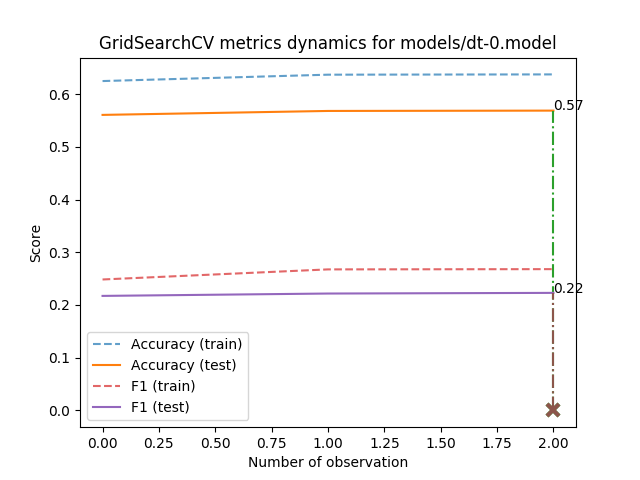
The Graphviz diagram models/dt-0.model_metrics.png in AverHLV/diploma-computations, before a commit. Its source is kept beside it as models/dt-0.model.dot.
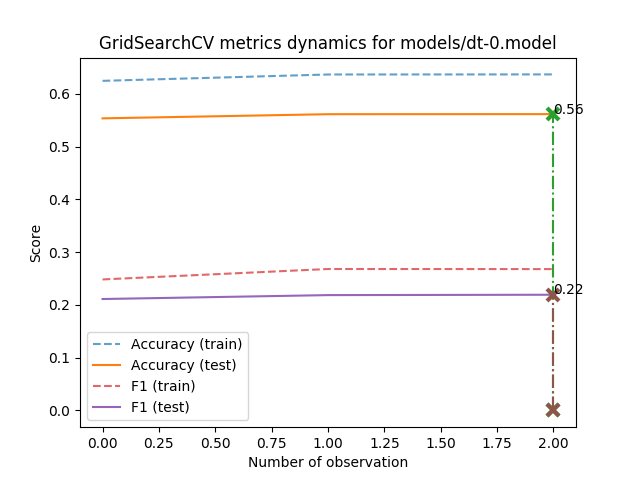
After the commit.

Change to the diagram source:
```diff
@@ -1,56 +1,56 @@
 digraph Tree {
 node [shape=box, style="filled", color="black"] ;
-0 [label="Topic <= 0.998\ngini = 0.558\nsamples = 12050\nvalue = [[28, 5148, 696, 4454, 1724]\n[321, 7306, 2414, 843, 1166]\n[137, 6568, 588, 4069, 688]\n...\n[15, 5636, 832, 3949, 1618]\n[8, 148, 57, 48, 11789]\n[15, 2015, 32, 7763, 2225]]", fillcolor="#fffdfb"] ;
-1 [label="ОБ <= -0.369\ngini = 0.543\nsamples = 9265\nvalue = [[23, 4607, 553, 2720, 1362]\n[269, 5762, 1736, 577, 921]\n[117, 5767, 483, 2261, 637]\n...\n[15, 4921, 444, 2511, 1374]\n[6, 131, 33, 37, 9058]\n[14, 1808, 22, 5830, 1591]]", fillcolor="#fdf6f1"] ;
+0 [label="Topic <= 0.998\ngini = 0.559\nsamples = 12050\nvalue = [[30, 5166, 706, 4402, 1746]\n[322, 7282, 2436, 828, 1182]\n[144, 6540, 585, 4082, 699]\n...\n[15, 5606, 844, 3950, 1635]\n[8, 154, 61, 49, 11778]\n[17, 2004, 33, 7737, 2259]]", fillcolor="#fffdfb"] ;
+1 [label="Екогрупа <= -2.261\ngini = 0.544\nsamples = 9290\nvalue = [[25, 4620, 562, 2721, 1362]\n[273, 5762, 1754, 570, 931]\n[123, 5752, 474, 2294, 647]\n...\n[15, 4909, 458, 2521, 1387]\n[7, 134, 34, 40, 9075]\n[16, 1800, 22, 5810, 1642]]", fillcolor="#fdf6f1"] ;
 0 -> 1 [labeldistance=2.5, labelangle=45, headlabel="True"] ;
-5 [label="НФ <= -0.871\ngini = 0.531\nsamples = 2166\nvalue = [[7, 1222, 77, 444, 416]\n[36, 1454, 211, 158, 307]\n[20, 1338, 65, 482, 261]\n...\n[7, 1158, 87, 531, 383]\n[1, 17, 8, 0, 2140]\n[5, 328, 1, 1224, 608]]", fillcolor="#fcf1e9"] ;
+5 [label="gini = 0.494\nsamples = 499\nvalue = [[3, 121, 16, 231, 128]\n[1, 311, 70, 39, 78]\n[2, 155, 8, 283, 51]\n...\n[0, 128, 31, 206, 134]\n[0, 0, 0, 0, 499]\n[5, 20, 0, 39, 435]]", fillcolor="#f9e1d0"] ;
 1 -> 5 ;
-9 [label="gini = 0.514\nsamples = 405\nvalue = [[3, 124, 8, 161, 109]\n[3, 235, 50, 57, 60]\n[2, 131, 10, 191, 71]\n...\n[1, 108, 14, 179, 103]\n[0, 1, 0, 0, 404]\n[1, 17, 0, 186, 201]]", fillcolor="#fbe9dd"] ;
-5 -> 9 ;
-10 [label="gini = 0.503\nsamples = 1761\nvalue = [[4, 1098, 69, 283, 307]\n[33, 1219, 161, 101, 247]\n[18, 1207, 55, 291, 190]\n...\n[6, 1050, 73, 352, 280]\n[1, 16, 8, 0, 1736]\n[4, 311, 1, 1038, 407]]", fillcolor="#fae5d6"] ;
-5 -> 10 ;
-6 [label="Topic <= -1.596\ngini = 0.536\nsamples = 7099\nvalue = [[16, 3385, 476, 2276, 946]\n[233, 4308, 1525, 419, 614]\n[97, 4429, 418, 1779, 376]\n...\n[8, 3763, 357, 1980, 991]\n[5, 114, 25, 37, 6918]\n[9, 1480, 21, 4606, 983]]", fillcolor="#fdf3ec"] ;
+6 [label="ОБ <= -0.102\ngini = 0.538\nsamples = 8791\nvalue = [[22, 4499, 546, 2490, 1234]\n[272, 5451, 1684, 531, 853]\n[121, 5597, 466, 2011, 596]\n...\n[15, 4781, 427, 2315, 1253]\n[7, 134, 34, 40, 8576]\n[11, 1780, 22, 5771, 1207]]", fillcolor="#fdf4ed"] ;
 1 -> 6 ;
-7 [label="gini = 0.468\nsamples = 344\nvalue = [[2, 94, 57, 171, 20]\n[6, 249, 62, 11, 16]\n[0, 84, 62, 196, 2]\n...\n[1, 78, 81, 138, 46]\n[0, 23, 1, 18, 302]\n[0, 20, 0, 238, 86]]", fillcolor="#f6d6be"] ;
+7 [label="НФ <= 0.032\ngini = 0.526\nsamples = 2438\nvalue = [[14, 1426, 118, 492, 388]\n[51, 1586, 302, 166, 333]\n[34, 1538, 86, 437, 343]\n...\n[7, 1371, 102, 572, 386]\n[2, 25, 9, 1, 2401]\n[8, 444, 1, 1562, 423]]", fillcolor="#fcefe5"] ;
 6 -> 7 ;
-8 [label="НФ <= 0.753\ngini = 0.531\nsamples = 6755\nvalue = [[14, 3291, 419, 2105, 926]\n[227, 4059, 1463, 408, 598]\n[97, 4345, 356, 1583, 374]\n...\n[7, 3685, 276, 1842, 945]\n[5, 91, 24, 19, 6616]\n[9, 1460, 21, 4368, 897]]", fillcolor="#fcf1e9"] ;
+21 [label="Екогрупа <= -0.778\ngini = 0.517\nsamples = 993\nvalue = [[1, 548, 35, 269, 140]\n[15, 680, 91, 72, 135]\n[11, 598, 29, 176, 179]\n...\n[2, 567, 24, 313, 87]\n[0, 5, 0, 0, 988]\n[3, 138, 0, 717, 135]]", fillcolor="#fbebdf"] ;
+7 -> 21 ;
+25 [label="gini = 0.393\nsamples = 226\nvalue = [[1, 177, 4, 15, 29]\n[0, 191, 11, 12, 12]\n[0, 194, 4, 23, 5]\n...\n[2, 165, 6, 24, 29]\n[0, 4, 0, 0, 222]\n[0, 10, 0, 147, 69]]", fillcolor="#f0b68c"] ;
+21 -> 25 ;
+26 [label="gini = 0.524\nsamples = 767\nvalue = [[0, 371, 31, 254, 111]\n[15, 489, 80, 60, 123]\n[11, 404, 25, 153, 174]\n...\n[0, 402, 18, 289, 58]\n[0, 1, 0, 0, 766]\n[3, 128, 0, 570, 66]]", fillcolor="#fbeee4"] ;
+21 -> 26 ;
+22 [label="gini = 0.513\nsamples = 1445\nvalue = [[13, 878, 83, 223, 248]\n[36, 906, 211, 94, 198]\n[23, 940, 57, 261, 164]\n...\n[5, 804, 78, 259, 299]\n[2, 20, 9, 1, 1413]\n[5, 306, 1, 845, 288]]", fillcolor="#fae9dc"] ;
+7 -> 22 ;
+8 [label="Topic <= -1.596\ngini = 0.532\nsamples = 6353\nvalue = [[8, 3073, 428, 1998, 846]\n[221, 3865, 1382, 365, 520]\n[87, 4059, 380, 1574, 253]\n...\n[8, 3410, 325, 1743, 867]\n[5, 109, 25, 39, 6175]\n[3, 1336, 21, 4209, 784]]", fillcolor="#fcf1e9"] ;
 6 -> 8 ;
-13 [label="Екогрупа <= -1.414\ngini = 0.525\nsamples = 5163\nvalue = [[6, 2411, 290, 1745, 711]\n[141, 3210, 1130, 289, 393]\n[59, 3284, 252, 1273, 295]\n...\n[7, 2932, 216, 1494, 514]\n[3, 35, 16, 12, 5097]\n[4, 1149, 16, 3388, 606]]", fillcolor="#fceee4"] ;
-8 -> 13 ;
-15 [label="gini = 0.481\nsamples = 268\nvalue = [[0, 85, 12, 132, 39]\n[4, 177, 41, 6, 40]\n[0, 99, 5, 159, 5]\n...\n[0, 91, 19, 127, 31]\n[0, 4, 0, 1, 263]\n[0, 15, 0, 102, 151]]", fillcolor="#f8dbc7"] ;
-13 -> 15 ;
-16 [label="Екогрупа <= 0.281\ngini = 0.519\nsamples = 4895\nvalue = [[6, 2326, 278, 1613, 672]\n[137, 3033, 1089, 283, 353]\n[59, 3185, 247, 1114, 290]\n...\n[7, 2841, 197, 1367, 483]\n[3, 31, 16, 11, 4834]\n[4, 1134, 16, 3286, 455]]", fillcolor="#fbece1"] ;
-13 -> 16 ;
-25 [label="gini = 0.508\nsamples = 1798\nvalue = [[3, 919, 135, 456, 285]\n[63, 1180, 348, 79, 128]\n[24, 1333, 85, 297, 59]\n...\n[4, 1080, 50, 420, 244]\n[1, 24, 3, 3, 1767]\n[0, 289, 8, 1183, 318]]", fillcolor="#fae7d9"] ;
-16 -> 25 ;
-26 [label="gini = 0.517\nsamples = 3097\nvalue = [[3, 1407, 143, 1157, 387]\n[74, 1853, 741, 204, 225]\n[35, 1852, 162, 817, 231]\n...\n[3, 1761, 147, 947, 239]\n[2, 7, 13, 8, 3067]\n[4, 845, 8, 2103, 137]]", fillcolor="#fbebe0"] ;
-16 -> 26 ;
-14 [label="gini = 0.529\nsamples = 1592\nvalue = [[8, 880, 129, 360, 215]\n[86, 849, 333, 119, 205]\n[38, 1061, 104, 310, 79]\n...\n[0, 753, 60, 348, 431]\n[2, 56, 8, 7, 1519]\n[5, 311, 5, 980, 291]]", fillcolor="#fcf0e8"] ;
-8 -> 14 ;
-2 [label="НФ <= -0.149\ngini = 0.526\nsamples = 2785\nvalue = [[5, 541, 143, 1734, 362]\n[52, 1544, 678, 266, 245]\n[20, 801, 105, 1808, 51]\n...\n[0, 715, 388, 1438, 244]\n[2, 17, 24, 11, 2731]\n[1, 207, 10, 1933, 634]]", fillcolor="#fcefe6"] ;
+9 [label="gini = 0.468\nsamples = 327\nvalue = [[3, 87, 57, 157, 23]\n[6, 236, 64, 10, 11]\n[0, 83, 64, 178, 2]\n...\n[1, 77, 77, 126, 46]\n[0, 24, 1, 17, 285]\n[0, 27, 0, 225, 75]]", fillcolor="#f6d6be"] ;
+8 -> 9 ;
+10 [label="Екогрупа <= 0.493\ngini = 0.527\nsamples = 6026\nvalue = [[5, 2986, 371, 1841, 823]\n[215, 3629, 1318, 355, 509]\n[87, 3976, 316, 1396, 251]\n...\n[7, 3333, 248, 1617, 821]\n[5, 85, 24, 22, 5890]\n[3, 1309, 21, 3984, 709]]", fillcolor="#fcefe6"] ;
+8 -> 10 ;
+15 [label="gini = 0.522\nsamples = 3340\nvalue = [[5, 1693, 249, 869, 524]\n[110, 2079, 697, 166, 288]\n[34, 2354, 166, 656, 130]\n...\n[6, 1802, 117, 824, 591]\n[3, 53, 9, 11, 3264]\n[0, 536, 16, 2190, 598]]", fillcolor="#fbede3"] ;
+10 -> 15 ;
+16 [label="gini = 0.521\nsamples = 2686\nvalue = [[0, 1293, 122, 972, 299]\n[105, 1550, 621, 189, 221]\n[53, 1622, 150, 740, 121]\n...\n[1, 1531, 131, 793, 230]\n[2, 32, 15, 11, 2626]\n[3, 773, 5, 1794, 111]]", fillcolor="#fbede2"] ;
+10 -> 16 ;
+2 [label="НФ <= -0.149\ngini = 0.526\nsamples = 2760\nvalue = [[5, 546, 144, 1681, 384]\n[49, 1520, 682, 258, 251]\n[21, 788, 111, 1788, 52]\n...\n[0, 697, 386, 1429, 248]\n[1, 20, 27, 9, 2703]\n[1, 204, 11, 1927, 617]]", fillcolor="#fcefe5"] ;
 0 -> 2 [labeldistance=2.5, labelangle=-45, headlabel="False"] ;
-3 [label="Topic <= 1.016\ngini = 0.46\nsamples = 1878\nvalue = [[1, 148, 62, 1439, 228]\n[25, 995, 465, 217, 176]\n[2, 323, 44, 1485, 24]\n...\n[0, 336, 247, 1209, 86]\n[0, 2, 1, 1, 1874]\n[1, 61, 2, 1367, 447]]", fillcolor="#f6d2b9"] ;
+3 [label="Topic <= 1.034\ngini = 0.458\nsamples = 1820\nvalue = [[1, 153, 54, 1379, 233]\n[22, 959, 460, 211, 168]\n[1, 311, 48, 1436, 24]\n...\n[0, 316, 220, 1193, 91]\n[0, 3, 2, 0, 1815]\n[1, 57, 3, 1342, 417]]", fillcolor="#f6d2b8"] ;
 2 -> 3 ;
-11 [label="Екогрупа <= -0.566\ngini = 0.352\nsamples = 591\nvalue = [[0, 2, 28, 517, 44]\n[7, 409, 14, 99, 62]\n[0, 45, 10, 536, 0]\n...\n[0, 42, 150, 357, 42]\n[0, 0, 0, 0, 591]\n[0, 1, 0, 433, 157]]", fillcolor="#eca470"] ;
+11 [label="Екогрупа <= -0.566\ngini = 0.352\nsamples = 558\nvalue = [[0, 3, 23, 487, 45]\n[5, 390, 12, 94, 57]\n[0, 43, 10, 505, 0]\n...\n[0, 43, 132, 345, 38]\n[0, 0, 0, 0, 558]\n[0, 1, 0, 408, 149]]", fillcolor="#eca470"] ;
 3 -> 11 ;
-23 [label="gini = 0.271\nsamples = 199\nvalue = [[0, 0, 26, 172, 1]\n[2, 107, 2, 50, 38]\n[0, 0, 3, 196, 0]\n...\n[0, 8, 11, 139, 41]\n[0, 0, 0, 0, 199]\n[0, 0, 0, 44, 155]]", fillcolor="#e58139"] ;
+23 [label="gini = 0.27\nsamples = 188\nvalue = [[0, 1, 21, 165, 1]\n[1, 102, 1, 48, 36]\n[0, 0, 2, 186, 0]\n...\n[0, 8, 9, 133, 38]\n[0, 0, 0, 0, 188]\n[0, 0, 0, 41, 147]]", fillcolor="#e58139"] ;
 11 -> 23 ;
-24 [label="gini = 0.329\nsamples = 392\nvalue = [[0, 2, 2, 345, 43]\n[5, 302, 12, 49, 24]\n[0, 45, 7, 340, 0]\n...\n[0, 34, 139, 218, 1]\n[0, 0, 0, 0, 392]\n[0, 1, 0, 389, 2]]", fillcolor="#ea9a60"] ;
+24 [label="gini = 0.329\nsamples = 370\nvalue = [[0, 2, 2, 322, 44]\n[4, 288, 11, 46, 21]\n[0, 43, 8, 319, 0]\n...\n[0, 35, 123, 212, 0]\n[0, 0, 0, 0, 370]\n[0, 1, 0, 367, 2]]", fillcolor="#ea9a61"] ;
 11 -> 24 ;
-12 [label="Воля <= 0.475\ngini = 0.468\nsamples = 1287\nvalue = [[1, 146, 34, 922, 184]\n[18, 586, 451, 118, 114]\n[2, 278, 34, 949, 24]\n...\n[0, 294, 97, 852, 44]\n[0, 2, 1, 1, 1283]\n[1, 60, 2, 934, 290]]", fillcolor="#f6d6be"] ;
+12 [label="Topic <= 1.421\ngini = 0.465\nsamples = 1262\nvalue = [[1, 150, 31, 892, 188]\n[17, 569, 448, 117, 111]\n[1, 268, 38, 931, 24]\n...\n[0, 273, 88, 848, 53]\n[0, 3, 2, 0, 1257]\n[1, 56, 3, 934, 268]]", fillcolor="#f6d5bd"] ;
 3 -> 12 ;
-17 [label="Екогрупа <= -1.837\ngini = 0.515\nsamples = 604\nvalue = [[1, 115, 17, 339, 132]\n[10, 361, 125, 43, 65]\n[2, 203, 25, 352, 22]\n...\n[0, 187, 50, 339, 28]\n[0, 2, 1, 1, 600]\n[1, 39, 0, 291, 273]]", fillcolor="#fbeade"] ;
+17 [label="gini = 0.532\nsamples = 198\nvalue = [[0, 81, 9, 66, 42]\n[6, 118, 35, 8, 31]\n[0, 118, 6, 61, 13]\n...\n[0, 88, 8, 79, 23]\n[0, 2, 2, 0, 194]\n[1, 34, 0, 107, 56]]", fillcolor="#fcf1ea"] ;
 12 -> 17 ;
-19 [label="gini = 0.366\nsamples = 244\nvalue = [[0, 4, 0, 179, 61]\n[3, 109, 65, 20, 47]\n[0, 17, 1, 223, 3]\n...\n[0, 20, 12, 209, 3]\n[0, 0, 0, 0, 244]\n[1, 0, 0, 3, 240]]", fillcolor="#edaa79"] ;
-17 -> 19 ;
-20 [label="gini = 0.523\nsamples = 360\nvalue = [[1, 111, 17, 160, 71]\n[7, 252, 60, 23, 18]\n[2, 186, 24, 129, 19]\n...\n[0, 167, 38, 130, 25]\n[0, 2, 1, 1, 356]\n[0, 39, 0, 288, 33]]", fillcolor="#fbede3"] ;
-17 -> 20 ;
-18 [label="gini = 0.383\nsamples = 683\nvalue = [[0, 31, 17, 583, 52]\n[8, 225, 326, 75, 49]\n[0, 75, 9, 597, 2]\n...\n[0, 107, 47, 513, 16]\n[0, 0, 0, 0, 683]\n[0, 21, 2, 643, 17]]", fillcolor="#efb184"] ;
+18 [label="Topic <= 1.439\ngini = 0.425\nsamples = 1064\nvalue = [[1, 69, 22, 826, 146]\n[11, 451, 413, 109, 80]\n[1, 150, 32, 870, 11]\n...\n[0, 185, 80, 769, 30]\n[0, 1, 0, 0, 1063]\n[0, 22, 3, 827, 212]]", fillcolor="#f3c3a1"] ;
 12 -> 18 ;
-4 [label="Topic <= 1.016\ngini = 0.564\nsamples = 907\nvalue = [[4, 393, 81, 295, 134]\n[27, 549, 213, 49, 69]\n[18, 478, 61, 323, 27]\n...\n[0, 379, 141, 229, 158]\n[2, 15, 23, 10, 857]\n[0, 146, 8, 566, 187]]", fillcolor="#ffffff"] ;
+19 [label="gini = 0.328\nsamples = 435\nvalue = [[0, 15, 0, 357, 63]\n[6, 87, 233, 80, 29]\n[0, 29, 0, 406, 0]\n...\n[0, 39, 24, 360, 12]\n[0, 0, 0, 0, 435]\n[0, 1, 0, 377, 57]]", fillcolor="#ea9a60"] ;
+18 -> 19 ;
+20 [label="gini = 0.443\nsamples = 629\nvalue = [[1, 54, 22, 469, 83]\n[5, 364, 180, 29, 51]\n[1, 121, 32, 464, 11]\n...\n[0, 146, 56, 409, 18]\n[0, 1, 0, 0, 628]\n[0, 21, 3, 450, 155]]", fillcolor="#f4cbad"] ;
+18 -> 20 ;
+4 [label="Topic <= 1.016\ngini = 0.564\nsamples = 940\nvalue = [[4, 393, 90, 302, 151]\n[27, 561, 222, 47, 83]\n[20, 477, 63, 352, 28]\n...\n[0, 381, 166, 236, 157]\n[1, 17, 25, 9, 888]\n[0, 147, 8, 585, 200]]", fillcolor="#ffffff"] ;
 2 -> 4 ;
-21 [label="gini = 0.277\nsamples = 84\nvalue = [[0, 19, 19, 43, 3]\n[1, 67, 1, 4, 11]\n[0, 5, 0, 79, 0]\n...\n[0, 6, 58, 20, 0]\n[0, 0, 0, 0, 84]\n[0, 0, 0, 27, 57]]", fillcolor="#e5833d"] ;
-4 -> 21 ;
-22 [label="gini = 0.559\nsamples = 823\nvalue = [[4, 374, 62, 252, 131]\n[26, 482, 212, 45, 58]\n[18, 473, 61, 244, 27]\n...\n[0, 373, 83, 209, 158]\n[2, 15, 23, 10, 773]\n[0, 146, 8, 539, 130]]", fillcolor="#fffdfc"] ;
-4 -> 22 ;
+13 [label="gini = 0.285\nsamples = 105\nvalue = [[0, 25, 24, 52, 4]\n[1, 82, 2, 7, 13]\n[0, 6, 0, 99, 0]\n...\n[0, 8, 73, 24, 0]\n[0, 0, 0, 0, 105]\n[0, 0, 0, 37, 68]]", fillcolor="#e68743"] ;
+4 -> 13 ;
+14 [label="gini = 0.56\nsamples = 835\nvalue = [[4, 368, 66, 250, 147]\n[26, 479, 220, 40, 70]\n[20, 471, 63, 253, 28]\n...\n[0, 373, 93, 212, 157]\n[1, 17, 25, 9, 783]\n[0, 147, 8, 548, 132]]", fillcolor="#fffdfc"] ;
+4 -> 14 ;
 }
```
